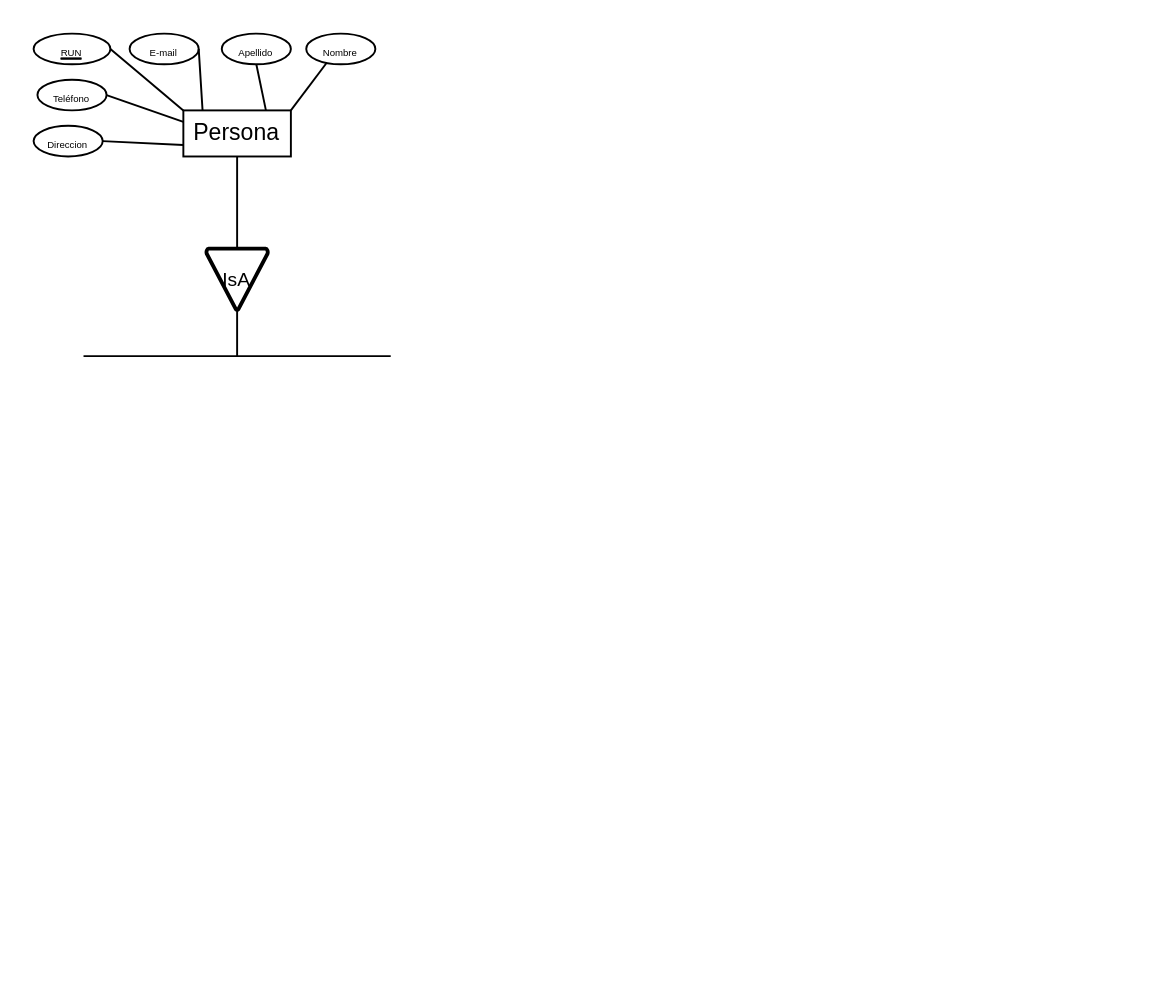
Before: Diagrama sin título.drawio in CristopherC777/dibujo-piteross, a draw.io diagram. Source tidied: cells renumbered, new cells numbered last; positions are measured from the earlier drawing's top-left corner, leaving out a move shared by most shapes. Both pictures are drawn from the tidied source at 192%, with x=0, y=0 at pixel (33, 33).
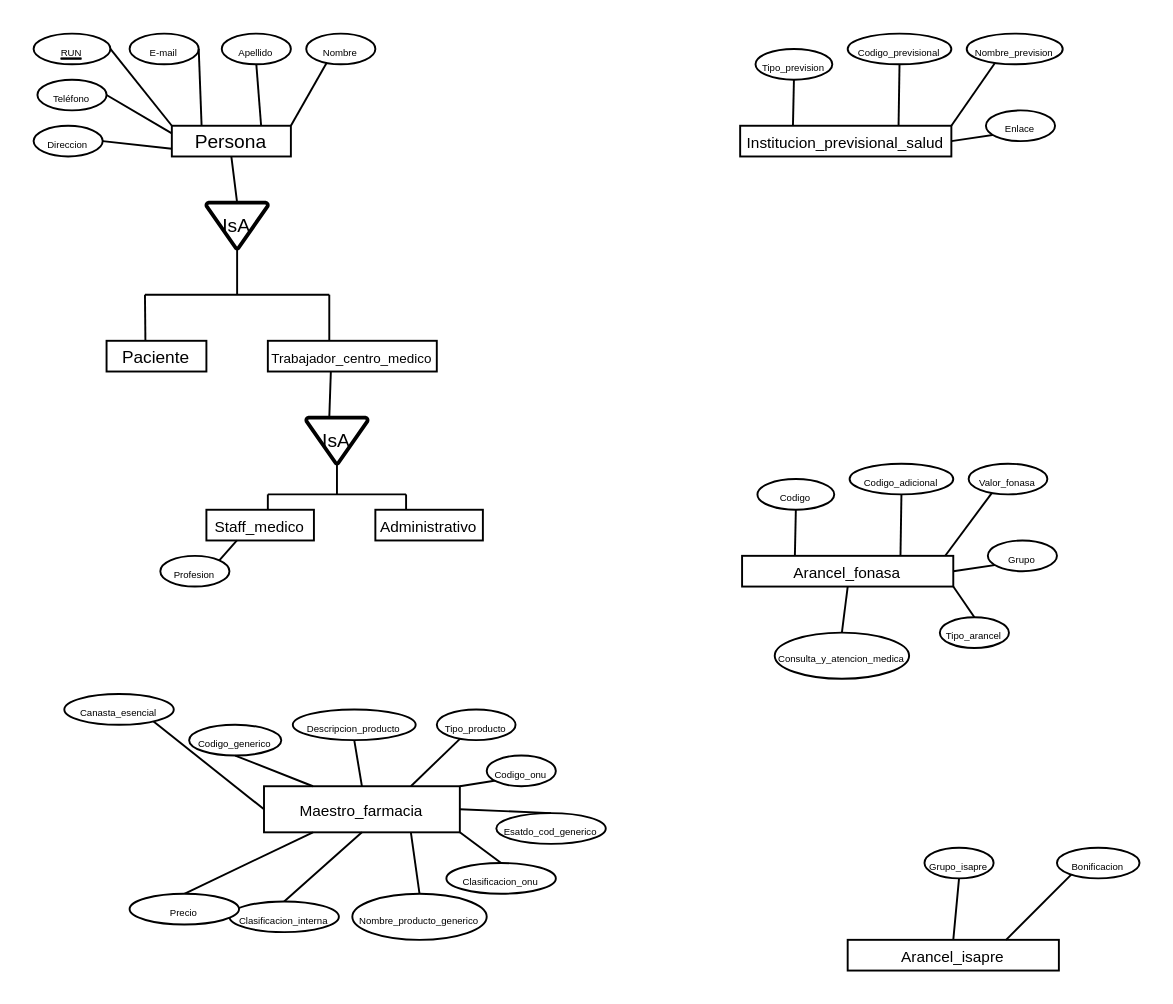
The same page after the edit.

Unchanged cells that the change refers to:
```xml
<mxCell id="8" value="&lt;span style=&quot;font-size: 5px;&quot;&gt;Apellido&lt;/span&gt;" style="ellipse;whiteSpace=wrap;html=1;align=center;" parent="1" vertex="1">
  <mxGeometry x="98" width="36" height="16" as="geometry" />
</mxCell>
```

Change to the diagram source:
```diff
@@
-    <mxCell id="2" value="&lt;span style=&quot;text-wrap-mode: nowrap;&quot;&gt;Persona&lt;/span&gt;" style="whiteSpace=wrap;html=1;align=center;" parent="1" vertex="1">
-      <mxGeometry x="78" y="40" width="56" height="24" as="geometry" />
+    <mxCell id="2" value="&lt;span style=&quot;text-wrap-mode: nowrap;&quot;&gt;&lt;font style=&quot;font-size: 10px;&quot;&gt;Persona&lt;/font&gt;&lt;/span&gt;" style="whiteSpace=wrap;html=1;align=center;" parent="1" vertex="1">
+      <mxGeometry x="72" y="48" width="62" height="16" as="geometry" />
     </mxCell>
@@
-    <mxCell id="12" style="endArrow=none;html=1;rounded=0;entryX=1;entryY=0.5;entryDx=0;entryDy=0;" parent="1" edge="1">
+    <mxCell id="12" style="endArrow=none;html=1;rounded=0;entryX=1;entryY=0.5;entryDx=0;entryDy=0;exitX=0.25;exitY=0;exitDx=0;exitDy=0;" parent="1" edge="1" source="2">
       <mxGeometry relative="1" as="geometry">
-        <mxPoint x="88" y="40" as="sourcePoint" />
         <mxPoint x="86" y="8" as="targetPoint" />
       </mxGeometry>
     </mxCell>
-    <mxCell id="13" style="endArrow=none;html=1;rounded=0;entryX=0.5;entryY=1;entryDx=0;entryDy=0;exitX=0.256;exitY=-0.001;exitDx=0;exitDy=0;exitPerimeter=0;" parent="1" edge="1" target="8">
-      <mxGeometry relative="1" as="geometry">
-        <mxPoint x="121" y="40" as="sourcePoint" />
-      </mxGeometry>
+    <mxCell id="13" style="endArrow=none;html=1;rounded=0;entryX=0.5;entryY=1;entryDx=0;entryDy=0;exitX=0.75;exitY=0;exitDx=0;exitDy=0;" parent="1" edge="1" source="2" target="8">
+      <mxGeometry relative="1" as="geometry" />
     </mxCell>
@@
     <mxCell id="15" value="&lt;font size=&quot;1&quot;&gt;IsA&lt;/font&gt;" style="strokeWidth=2;html=1;shape=mxgraph.flowchart.merge_or_storage;whiteSpace=wrap;verticalAlign=middle;labelPosition=center;verticalLabelPosition=middle;align=center;" parent="1" vertex="1">
-      <mxGeometry x="90" y="112" width="32" height="32" as="geometry" />
+      <mxGeometry x="90" y="88" width="32" height="24" as="geometry" />
     </mxCell>
-    <mxCell id="16" style="endArrow=none;html=1;rounded=0;entryX=0.5;entryY=1;entryDx=0;entryDy=0;exitX=0.5;exitY=0;exitDx=0;exitDy=0;exitPerimeter=0;" parent="1" edge="1" source="15" target="2">
+    <mxCell id="16" style="endArrow=none;html=1;rounded=0;entryX=0.5;entryY=1;entryDx=0;entryDy=0;" parent="1" edge="1" target="2">
       <mxGeometry relative="1" as="geometry">
-        <Array as="points">
-          <mxPoint x="106" y="88" />
-        </Array>
+        <mxPoint x="106" y="88" as="sourcePoint" />
       </mxGeometry>
     </mxCell>
     <mxCell id="17" style="endArrow=none;html=1;rounded=0;" parent="1" edge="1">
       <mxGeometry relative="1" as="geometry">
-        <mxPoint x="26" y="168" as="sourcePoint" />
-        <mxPoint x="186" y="168" as="targetPoint" />
+        <mxPoint x="58" y="136" as="sourcePoint" />
+        <mxPoint x="154" y="136" as="targetPoint" />
       </mxGeometry>
     </mxCell>
     <mxCell id="18" style="endArrow=none;html=1;rounded=0;entryX=0.5;entryY=1;entryDx=0;entryDy=0;" parent="1" edge="1">
       <mxGeometry relative="1" as="geometry">
-        <mxPoint x="106" y="168" as="sourcePoint" />
-        <mxPoint x="106" y="144" as="targetPoint" />
+        <mxPoint x="106" y="136" as="sourcePoint" />
+        <mxPoint x="106" y="112" as="targetPoint" />
         <Array as="points">
-          <mxPoint x="106" y="168" />
+          <mxPoint x="106" y="136" />
         </Array>
       </mxGeometry>
     </mxCell>
+    <mxCell id="19" value="&lt;span style=&quot;text-wrap-mode: nowrap;&quot;&gt;&lt;font style=&quot;font-size: 9px;&quot;&gt;Paciente&lt;/font&gt;&lt;/span&gt;" style="whiteSpace=wrap;html=1;align=center;" parent="1" vertex="1">
+      <mxGeometry x="38" y="160" width="52" height="16" as="geometry" />
+    </mxCell>
+    <mxCell id="20" value="&lt;span style=&quot;text-wrap-mode: nowrap;&quot;&gt;&lt;font style=&quot;font-size: 7px;&quot;&gt;Trabajador_centro_medico&lt;/font&gt;&lt;/span&gt;" style="whiteSpace=wrap;html=1;align=center;" parent="1" vertex="1">
+      <mxGeometry x="122" y="160" width="88" height="16" as="geometry" />
+    </mxCell>
+    <mxCell id="21" style="endArrow=none;html=1;rounded=0;exitX=0.389;exitY=0;exitDx=0;exitDy=0;exitPerimeter=0;" parent="1" edge="1" source="19">
+      <mxGeometry relative="1" as="geometry">
+        <mxPoint x="58" y="136" as="targetPoint" />
+      </mxGeometry>
+    </mxCell>
+    <mxCell id="22" style="endArrow=none;html=1;rounded=0;" parent="1" edge="1">
+      <mxGeometry relative="1" as="geometry">
+        <mxPoint x="154" y="160" as="sourcePoint" />
+        <mxPoint x="154" y="136" as="targetPoint" />
+        <Array as="points">
+          <mxPoint x="154" y="152" />
+        </Array>
+      </mxGeometry>
+    </mxCell>
+    <mxCell id="23" value="&lt;font size=&quot;1&quot;&gt;IsA&lt;/font&gt;" style="strokeWidth=2;html=1;shape=mxgraph.flowchart.merge_or_storage;whiteSpace=wrap;verticalAlign=middle;labelPosition=center;verticalLabelPosition=middle;align=center;" parent="1" vertex="1">
+      <mxGeometry x="142" y="200" width="32" height="24" as="geometry" />
+    </mxCell>
+    <mxCell id="24" style="endArrow=none;html=1;rounded=0;entryX=0.373;entryY=1.003;entryDx=0;entryDy=0;exitX=0.375;exitY=0;exitDx=0;exitDy=0;exitPerimeter=0;entryPerimeter=0;" parent="1" edge="1" source="23" target="20">
+      <mxGeometry relative="1" as="geometry" />
+    </mxCell>
+    <mxCell id="25" style="endArrow=none;html=1;rounded=0;" parent="1" edge="1">
+      <mxGeometry relative="1" as="geometry">
+        <mxPoint x="122" y="240" as="sourcePoint" />
+        <mxPoint x="194" y="240" as="targetPoint" />
+      </mxGeometry>
+    </mxCell>
+    <mxCell id="26" style="endArrow=none;html=1;rounded=0;" parent="1" edge="1" target="23">
+      <mxGeometry relative="1" as="geometry">
+        <mxPoint x="158" y="240" as="sourcePoint" />
+      </mxGeometry>
+    </mxCell>
+    <mxCell id="27" style="endArrow=none;html=1;rounded=0;" parent="1" edge="1">
+      <mxGeometry relative="1" as="geometry">
+        <mxPoint x="122" y="248" as="sourcePoint" />
+        <mxPoint x="122" y="240" as="targetPoint" />
+      </mxGeometry>
+    </mxCell>
+    <mxCell id="28" style="endArrow=none;html=1;rounded=0;" parent="1" edge="1">
+      <mxGeometry relative="1" as="geometry">
+        <mxPoint x="194" y="248" as="sourcePoint" />
+        <mxPoint x="194" y="240" as="targetPoint" />
+      </mxGeometry>
+    </mxCell>
+    <mxCell id="29" value="&lt;span style=&quot;text-wrap-mode: nowrap;&quot;&gt;&lt;font style=&quot;font-size: 8px;&quot;&gt;Staff_medico&lt;/font&gt;&lt;/span&gt;" style="whiteSpace=wrap;html=1;align=center;" parent="1" vertex="1">
+      <mxGeometry x="90" y="248" width="56" height="16" as="geometry" />
+    </mxCell>
+    <mxCell id="30" value="&lt;span style=&quot;text-wrap-mode: nowrap;&quot;&gt;&lt;font style=&quot;font-size: 8px;&quot;&gt;Administrativo&lt;/font&gt;&lt;/span&gt;" style="whiteSpace=wrap;html=1;align=center;" parent="1" vertex="1">
+      <mxGeometry x="178" y="248" width="56" height="16" as="geometry" />
+    </mxCell>
+    <mxCell id="31" value="&lt;span style=&quot;font-size: 5px;&quot;&gt;Profesion&lt;/span&gt;" style="ellipse;whiteSpace=wrap;html=1;align=center;" parent="1" vertex="1">
+      <mxGeometry x="66" y="272" width="36" height="16" as="geometry" />
+    </mxCell>
+    <mxCell id="32" style="endArrow=none;html=1;rounded=0;exitX=1;exitY=0;exitDx=0;exitDy=0;" parent="1" edge="1" source="31">
+      <mxGeometry relative="1" as="geometry">
+        <mxPoint x="105.9" y="264" as="targetPoint" />
+      </mxGeometry>
+    </mxCell>
+    <mxCell id="33" value="&lt;span style=&quot;text-wrap-mode: nowrap;&quot;&gt;&lt;font style=&quot;font-size: 8px;&quot;&gt;Institucion_previsional_salud&lt;/font&gt;&lt;/span&gt;" style="whiteSpace=wrap;html=1;align=center;" parent="1" vertex="1">
+      <mxGeometry x="368" y="48" width="110" height="16" as="geometry" />
+    </mxCell>
+    <mxCell id="34" value="&lt;span style=&quot;font-size: 5px;&quot;&gt;Tipo_prevision&lt;/span&gt;" style="ellipse;whiteSpace=wrap;html=1;align=center;" parent="1" vertex="1">
+      <mxGeometry x="376" y="8" width="40" height="16" as="geometry" />
+    </mxCell>
+    <mxCell id="35" style="endArrow=none;html=1;rounded=0;entryX=1;entryY=0.5;entryDx=0;entryDy=0;exitX=1;exitY=0.5;exitDx=0;exitDy=0;" parent="1" edge="1" source="33" target="38">
+      <mxGeometry relative="1" as="geometry" />
+    </mxCell>
+    <mxCell id="36" value="&lt;font style=&quot;font-size: 5px;&quot;&gt;Nombre_prevision&lt;/font&gt;" style="ellipse;whiteSpace=wrap;html=1;align=center;" parent="1" vertex="1">
+      <mxGeometry x="486" width="50" height="16" as="geometry" />
+    </mxCell>
+    <mxCell id="37" value="&lt;span style=&quot;font-size: 5px;&quot;&gt;Codigo_previsional&lt;/span&gt;" style="ellipse;whiteSpace=wrap;html=1;align=center;" parent="1" vertex="1">
+      <mxGeometry x="424" width="54" height="16" as="geometry" />
+    </mxCell>
+    <mxCell id="38" value="&lt;span style=&quot;font-size: 5px;&quot;&gt;Enlace&lt;/span&gt;" style="ellipse;whiteSpace=wrap;html=1;align=center;" parent="1" vertex="1">
+      <mxGeometry x="496" y="40" width="36" height="16" as="geometry" />
+    </mxCell>
+    <mxCell id="39" style="endArrow=none;html=1;rounded=0;entryX=0.5;entryY=1;entryDx=0;entryDy=0;exitX=0.25;exitY=0;exitDx=0;exitDy=0;" parent="1" edge="1" source="33" target="34">
+      <mxGeometry relative="1" as="geometry" />
+    </mxCell>
+    <mxCell id="40" style="endArrow=none;html=1;rounded=0;entryX=0.5;entryY=1;entryDx=0;entryDy=0;exitX=0.75;exitY=0;exitDx=0;exitDy=0;" parent="1" edge="1" source="33" target="37">
+      <mxGeometry relative="1" as="geometry" />
+    </mxCell>
+    <mxCell id="41" style="endArrow=none;html=1;rounded=0;entryX=0.294;entryY=0.956;entryDx=0;entryDy=0;exitX=1;exitY=0;exitDx=0;exitDy=0;entryPerimeter=0;" parent="1" edge="1" source="33" target="36">
+      <mxGeometry relative="1" as="geometry" />
+    </mxCell>
+    <mxCell id="42" value="&lt;span style=&quot;text-wrap-mode: nowrap;&quot;&gt;&lt;font style=&quot;font-size: 8px;&quot;&gt;Arancel_fonasa&lt;/font&gt;&lt;/span&gt;" style="whiteSpace=wrap;html=1;align=center;" parent="1" vertex="1">
+      <mxGeometry x="369" y="272" width="110" height="16" as="geometry" />
+    </mxCell>
+    <mxCell id="43" value="&lt;span style=&quot;font-size: 5px;&quot;&gt;Codigo&lt;/span&gt;" style="ellipse;whiteSpace=wrap;html=1;align=center;" parent="1" vertex="1">
+      <mxGeometry x="377" y="232" width="40" height="16" as="geometry" />
+    </mxCell>
+    <mxCell id="44" style="endArrow=none;html=1;rounded=0;entryX=1;entryY=0.5;entryDx=0;entryDy=0;exitX=1;exitY=0.5;exitDx=0;exitDy=0;" parent="1" edge="1" source="42" target="47">
+      <mxGeometry relative="1" as="geometry" />
+    </mxCell>
+    <mxCell id="45" value="&lt;font style=&quot;font-size: 5px;&quot;&gt;Valor_fonasa&lt;/font&gt;" style="ellipse;whiteSpace=wrap;html=1;align=center;" parent="1" vertex="1">
+      <mxGeometry x="487" y="224" width="41" height="16" as="geometry" />
+    </mxCell>
+    <mxCell id="46" value="&lt;span style=&quot;font-size: 5px;&quot;&gt;Codigo_adicional&lt;/span&gt;" style="ellipse;whiteSpace=wrap;html=1;align=center;" parent="1" vertex="1">
+      <mxGeometry x="425" y="224" width="54" height="16" as="geometry" />
+    </mxCell>
+    <mxCell id="47" value="&lt;span style=&quot;font-size: 5px;&quot;&gt;Grupo&lt;/span&gt;" style="ellipse;whiteSpace=wrap;html=1;align=center;" parent="1" vertex="1">
+      <mxGeometry x="497" y="264" width="36" height="16" as="geometry" />
+    </mxCell>
+    <mxCell id="48" style="endArrow=none;html=1;rounded=0;entryX=0.5;entryY=1;entryDx=0;entryDy=0;exitX=0.25;exitY=0;exitDx=0;exitDy=0;" parent="1" edge="1" source="42" target="43">
+      <mxGeometry relative="1" as="geometry" />
+    </mxCell>
+    <mxCell id="49" style="endArrow=none;html=1;rounded=0;entryX=0.5;entryY=1;entryDx=0;entryDy=0;exitX=0.75;exitY=0;exitDx=0;exitDy=0;" parent="1" edge="1" source="42" target="46">
+      <mxGeometry relative="1" as="geometry" />
+    </mxCell>
+    <mxCell id="50" style="endArrow=none;html=1;rounded=0;entryX=0.294;entryY=0.956;entryDx=0;entryDy=0;exitX=0.962;exitY=-0.004;exitDx=0;exitDy=0;entryPerimeter=0;exitPerimeter=0;" parent="1" edge="1" source="42" target="45">
+      <mxGeometry relative="1" as="geometry" />
+    </mxCell>
+    <mxCell id="51" style="endArrow=none;html=1;rounded=0;entryX=0.5;entryY=0;entryDx=0;entryDy=0;exitX=1;exitY=1;exitDx=0;exitDy=0;" parent="1" edge="1" source="42" target="52">
+      <mxGeometry relative="1" as="geometry" />
+    </mxCell>
+    <mxCell id="52" value="&lt;span style=&quot;font-size: 5px;&quot;&gt;Tipo_arancel&lt;/span&gt;" style="ellipse;whiteSpace=wrap;html=1;align=center;" parent="1" vertex="1">
+      <mxGeometry x="472" y="304" width="36" height="16" as="geometry" />
+    </mxCell>
+    <mxCell id="53" style="endArrow=none;html=1;rounded=0;entryX=0.5;entryY=0;entryDx=0;entryDy=0;exitX=0.5;exitY=1;exitDx=0;exitDy=0;" parent="1" edge="1" source="42" target="54">
+      <mxGeometry relative="1" as="geometry" />
+    </mxCell>
+    <mxCell id="54" value="&lt;span style=&quot;font-size: 5px;&quot;&gt;Consulta_y_atencion_medica&lt;/span&gt;" style="ellipse;whiteSpace=wrap;html=1;align=center;" parent="1" vertex="1">
+      <mxGeometry x="386" y="312" width="70" height="24" as="geometry" />
+    </mxCell>
+    <mxCell id="55" value="&lt;span style=&quot;text-wrap-mode: nowrap;&quot;&gt;&lt;font style=&quot;font-size: 8px;&quot;&gt;Arancel_isapre&lt;/font&gt;&lt;/span&gt;" style="whiteSpace=wrap;html=1;align=center;" parent="1" vertex="1">
+      <mxGeometry x="424" y="472" width="110" height="16" as="geometry" />
+    </mxCell>
+    <mxCell id="56" style="endArrow=none;html=1;rounded=0;entryX=0.5;entryY=1;entryDx=0;entryDy=0;exitX=0.5;exitY=0;exitDx=0;exitDy=0;" parent="1" edge="1" source="55" target="57">
+      <mxGeometry relative="1" as="geometry" />
+    </mxCell>
+    <mxCell id="57" value="&lt;span style=&quot;font-size: 5px;&quot;&gt;Grupo_isapre&lt;/span&gt;" style="ellipse;whiteSpace=wrap;html=1;align=center;" parent="1" vertex="1">
+      <mxGeometry x="464" y="424" width="36" height="16" as="geometry" />
+    </mxCell>
+    <mxCell id="58" style="endArrow=none;html=1;rounded=0;entryX=0.5;entryY=0;entryDx=0;entryDy=0;exitX=0.75;exitY=0;exitDx=0;exitDy=0;" parent="1" edge="1" source="55" target="59">
+      <mxGeometry relative="1" as="geometry" />
+    </mxCell>
+    <mxCell id="59" value="&lt;span style=&quot;font-size: 5px;&quot;&gt;Bonificacion&lt;/span&gt;" style="ellipse;whiteSpace=wrap;html=1;align=center;" parent="1" vertex="1">
+      <mxGeometry x="533" y="424" width="43" height="16" as="geometry" />
+    </mxCell>
+    <mxCell id="60" value="&lt;span style=&quot;text-wrap-mode: nowrap;&quot;&gt;&lt;font style=&quot;font-size: 8px;&quot;&gt;Maestro_farmacia&lt;/font&gt;&lt;/span&gt;" style="whiteSpace=wrap;html=1;align=center;" parent="1" vertex="1">
+      <mxGeometry x="120" y="392" width="102" height="24" as="geometry" />
+    </mxCell>
+    <mxCell id="61" value="&lt;span style=&quot;font-size: 5px;&quot;&gt;Codigo_generico&lt;/span&gt;" style="ellipse;whiteSpace=wrap;html=1;align=center;" parent="1" vertex="1">
+      <mxGeometry x="81" y="360" width="48" height="16" as="geometry" />
+    </mxCell>
+    <mxCell id="62" style="endArrow=none;html=1;rounded=0;entryX=1;entryY=0.5;entryDx=0;entryDy=0;exitX=1;exitY=0;exitDx=0;exitDy=0;" parent="1" edge="1" source="60" target="65">
+      <mxGeometry relative="1" as="geometry" />
+    </mxCell>
+    <mxCell id="63" value="&lt;font style=&quot;font-size: 5px;&quot;&gt;Tipo_producto&lt;/font&gt;" style="ellipse;whiteSpace=wrap;html=1;align=center;" parent="1" vertex="1">
+      <mxGeometry x="210" y="352" width="41" height="16" as="geometry" />
+    </mxCell>
+    <mxCell id="64" value="&lt;span style=&quot;font-size: 5px;&quot;&gt;Descripcion_producto&lt;/span&gt;" style="ellipse;whiteSpace=wrap;html=1;align=center;" parent="1" vertex="1">
+      <mxGeometry x="135" y="352" width="64" height="16" as="geometry" />
+    </mxCell>
+    <mxCell id="65" value="&lt;span style=&quot;font-size: 5px;&quot;&gt;Codigo_onu&lt;/span&gt;" style="ellipse;whiteSpace=wrap;html=1;align=center;" parent="1" vertex="1">
+      <mxGeometry x="236" y="376" width="36" height="16" as="geometry" />
+    </mxCell>
+    <mxCell id="66" style="endArrow=none;html=1;rounded=0;entryX=0.5;entryY=1;entryDx=0;entryDy=0;exitX=0.25;exitY=0;exitDx=0;exitDy=0;" parent="1" edge="1" source="60" target="61">
+      <mxGeometry relative="1" as="geometry" />
+    </mxCell>
+    <mxCell id="67" style="endArrow=none;html=1;rounded=0;entryX=0.5;entryY=1;entryDx=0;entryDy=0;exitX=0.5;exitY=0;exitDx=0;exitDy=0;" parent="1" edge="1" source="60" target="64">
+      <mxGeometry relative="1" as="geometry" />
+    </mxCell>
+    <mxCell id="68" style="endArrow=none;html=1;rounded=0;entryX=0.294;entryY=0.956;entryDx=0;entryDy=0;exitX=0.75;exitY=0;exitDx=0;exitDy=0;entryPerimeter=0;" parent="1" edge="1" source="60" target="63">
+      <mxGeometry relative="1" as="geometry" />
+    </mxCell>
+    <mxCell id="69" style="endArrow=none;html=1;rounded=0;entryX=0.5;entryY=0;entryDx=0;entryDy=0;exitX=1;exitY=1;exitDx=0;exitDy=0;" parent="1" edge="1" source="60" target="70">
+      <mxGeometry relative="1" as="geometry" />
+    </mxCell>
+    <mxCell id="70" value="&lt;span style=&quot;font-size: 5px;&quot;&gt;Clasificacion_onu&lt;/span&gt;" style="ellipse;whiteSpace=wrap;html=1;align=center;" parent="1" vertex="1">
+      <mxGeometry x="215" y="432" width="57" height="16" as="geometry" />
+    </mxCell>
+    <mxCell id="71" style="endArrow=none;html=1;rounded=0;entryX=0.5;entryY=0;entryDx=0;entryDy=0;exitX=0.75;exitY=1;exitDx=0;exitDy=0;" parent="1" edge="1" source="60" target="72">
+      <mxGeometry relative="1" as="geometry" />
+    </mxCell>
+    <mxCell id="72" value="&lt;span style=&quot;font-size: 5px;&quot;&gt;Nombre_producto_generico&lt;/span&gt;" style="ellipse;whiteSpace=wrap;html=1;align=center;" parent="1" vertex="1">
+      <mxGeometry x="166" y="448" width="70" height="24" as="geometry" />
+    </mxCell>
+    <mxCell id="73" style="endArrow=none;html=1;rounded=0;entryX=0.5;entryY=0;entryDx=0;entryDy=0;exitX=0.5;exitY=1;exitDx=0;exitDy=0;" parent="1" edge="1" source="60" target="74">
+      <mxGeometry relative="1" as="geometry" />
+    </mxCell>
+    <mxCell id="74" value="&lt;span style=&quot;font-size: 5px;&quot;&gt;Clasificacion_interna&lt;/span&gt;" style="ellipse;whiteSpace=wrap;html=1;align=center;" parent="1" vertex="1">
+      <mxGeometry x="102" y="452" width="57" height="16" as="geometry" />
+    </mxCell>
+    <mxCell id="75" style="endArrow=none;html=1;rounded=0;entryX=0.5;entryY=0;entryDx=0;entryDy=0;exitX=1;exitY=0.5;exitDx=0;exitDy=0;" parent="1" edge="1" source="60" target="76">
+      <mxGeometry relative="1" as="geometry" />
+    </mxCell>
+    <mxCell id="76" value="&lt;span style=&quot;font-size: 5px;&quot;&gt;Esatdo_cod_generico&lt;/span&gt;" style="ellipse;whiteSpace=wrap;html=1;align=center;" parent="1" vertex="1">
+      <mxGeometry x="241" y="406" width="57" height="16" as="geometry" />
+    </mxCell>
+    <mxCell id="77" style="endArrow=none;html=1;rounded=0;entryX=0.5;entryY=0;entryDx=0;entryDy=0;exitX=0;exitY=0.5;exitDx=0;exitDy=0;" parent="1" edge="1" source="60" target="78">
+      <mxGeometry relative="1" as="geometry" />
+    </mxCell>
+    <mxCell id="78" value="&lt;span style=&quot;font-size: 5px;&quot;&gt;Canasta_esencial&lt;/span&gt;" style="ellipse;whiteSpace=wrap;html=1;align=center;" parent="1" vertex="1">
+      <mxGeometry x="16" y="344" width="57" height="16" as="geometry" />
+    </mxCell>
+    <mxCell id="79" style="endArrow=none;html=1;rounded=0;entryX=0.5;entryY=0;entryDx=0;entryDy=0;exitX=0.25;exitY=1;exitDx=0;exitDy=0;" parent="1" edge="1" source="60" target="80">
+      <mxGeometry relative="1" as="geometry" />
+    </mxCell>
+    <mxCell id="80" value="&lt;span style=&quot;font-size: 5px;&quot;&gt;Precio&lt;/span&gt;" style="ellipse;whiteSpace=wrap;html=1;align=center;" parent="1" vertex="1">
+      <mxGeometry x="50" y="448" width="57" height="16" as="geometry" />
+    </mxCell>
```
